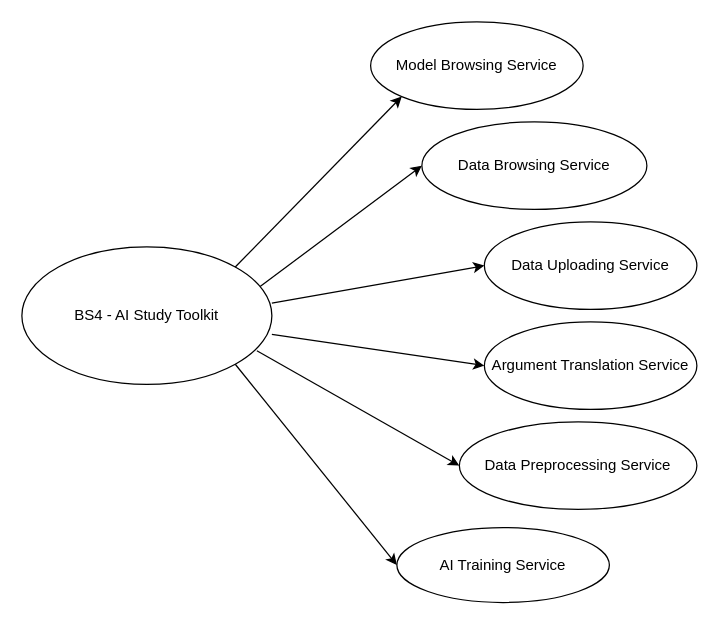
TISNN/2022_SOD keeps this draw.io diagram as page "第 1 页" (1 of 2) of SOD_Ass1.drawio. Above is the earlier version. Source tidied: cells renumbered, new cells numbered last; positions are measured from the earlier drawing's top-left corner, leaving out a move shared by most shapes. Both pictures are drawn from the tidied source at 125%, with x=0, y=0 at pixel (21, 21).
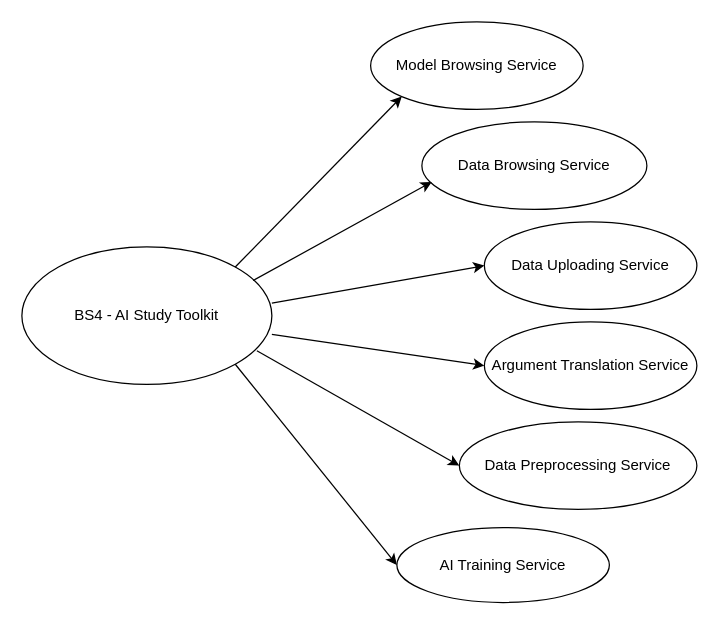
The same page after the edit.

Change to the diagram source:
```diff
@@
 <mxGraphModel>
   <root>
     <mxCell id="0" />
     <mxCell id="1" parent="0" />
     <mxCell id="2" value="BS4 - AI Study Toolkit" style="ellipse;whiteSpace=wrap;html=1;" parent="1" vertex="1">
       <mxGeometry y="180" width="200" height="110" as="geometry" />
     </mxCell>
     <mxCell id="3" style="endArrow=classic;html=1;rounded=0;entryX=0;entryY=1;entryDx=0;entryDy=0;exitX=1;exitY=0;exitDx=0;exitDy=0;" parent="1" edge="1" source="2" target="4">
       <mxGeometry relative="1" as="geometry" />
     </mxCell>
     <mxCell id="4" value="Model Browsing Service" style="ellipse;whiteSpace=wrap;html=1;" parent="1" vertex="1">
       <mxGeometry x="279" width="170" height="70" as="geometry" />
     </mxCell>
     <mxCell id="5" value="Data Browsing Service" style="ellipse;whiteSpace=wrap;html=1;" parent="1" vertex="1">
       <mxGeometry x="320" y="80" width="180" height="70" as="geometry" />
     </mxCell>
-    <mxCell id="6" style="endArrow=classic;html=1;rounded=0;entryX=0;entryY=0.5;entryDx=0;entryDy=0;exitX=0.953;exitY=0.289;exitDx=0;exitDy=0;exitPerimeter=0;" parent="1" edge="1" source="2" target="5">
+    <mxCell id="6" style="endArrow=classic;html=1;rounded=0;entryX=0.044;entryY=0.686;entryDx=0;entryDy=0;exitX=0.925;exitY=0.245;exitDx=0;exitDy=0;exitPerimeter=0;entryPerimeter=0;" parent="1" edge="1" source="2" target="5">
       <mxGeometry relative="1" as="geometry" />
     </mxCell>
     <mxCell id="7" value="Data Uploading Service" style="ellipse;whiteSpace=wrap;html=1;" parent="1" vertex="1">
       <mxGeometry x="370" y="160" width="170" height="70" as="geometry" />
     </mxCell>
     <mxCell id="8" style="endArrow=classic;html=1;rounded=0;entryX=0;entryY=0.5;entryDx=0;entryDy=0;" parent="1" edge="1" target="7">
       <mxGeometry relative="1" as="geometry">
         <mxPoint x="200" y="225" as="sourcePoint" />
       </mxGeometry>
     </mxCell>
     <mxCell id="9" value="AI Training Service" style="ellipse;whiteSpace=wrap;html=1;" parent="1" vertex="1">
       <mxGeometry x="300" y="404.5" width="170" height="60" as="geometry" />
     </mxCell>
     <mxCell id="10" style="endArrow=classic;html=1;rounded=0;entryX=0;entryY=0.5;entryDx=0;entryDy=0;exitX=1;exitY=1;exitDx=0;exitDy=0;" parent="1" edge="1" source="2" target="9">
       <mxGeometry relative="1" as="geometry" />
     </mxCell>
     <mxCell id="11" value="Data Preprocessing Service" style="ellipse;whiteSpace=wrap;html=1;" parent="1" vertex="1">
       <mxGeometry x="350" y="320" width="190" height="70" as="geometry" />
     </mxCell>
     <mxCell id="12" style="endArrow=classic;html=1;rounded=0;entryX=0;entryY=0.5;entryDx=0;entryDy=0;exitX=0.94;exitY=0.755;exitDx=0;exitDy=0;exitPerimeter=0;" parent="1" edge="1" source="2" target="11">
       <mxGeometry relative="1" as="geometry" />
     </mxCell>
     <mxCell id="13" value="Argument Translation Service" style="ellipse;whiteSpace=wrap;html=1;" parent="1" vertex="1">
       <mxGeometry x="370" y="240" width="170" height="70" as="geometry" />
     </mxCell>
     <mxCell id="14" style="endArrow=classic;html=1;rounded=0;entryX=0;entryY=0.5;entryDx=0;entryDy=0;" parent="1" edge="1" target="13">
       <mxGeometry relative="1" as="geometry">
         <mxPoint x="200" y="250" as="sourcePoint" />
       </mxGeometry>
     </mxCell>
   </root>
 </mxGraphModel>
```
